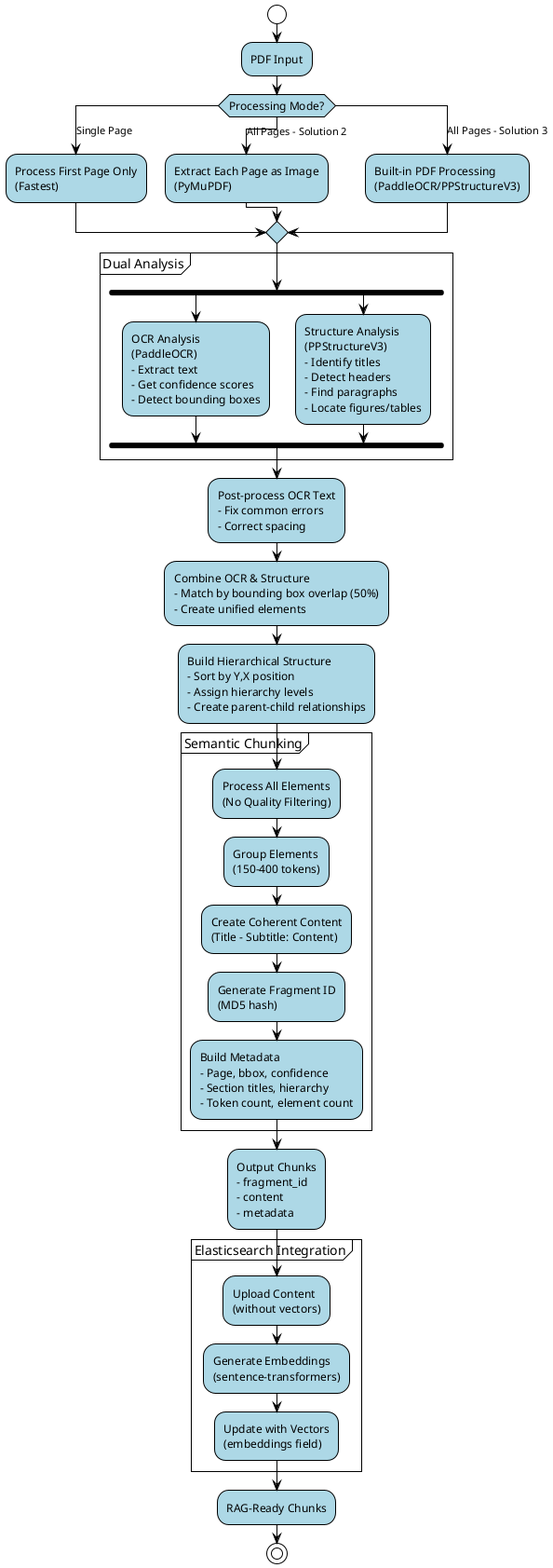
devulogi/customocr keeps this PlantUML diagram as diagrams/Enhanced Document Processor Activity Diagram.png. Above is the earlier version.
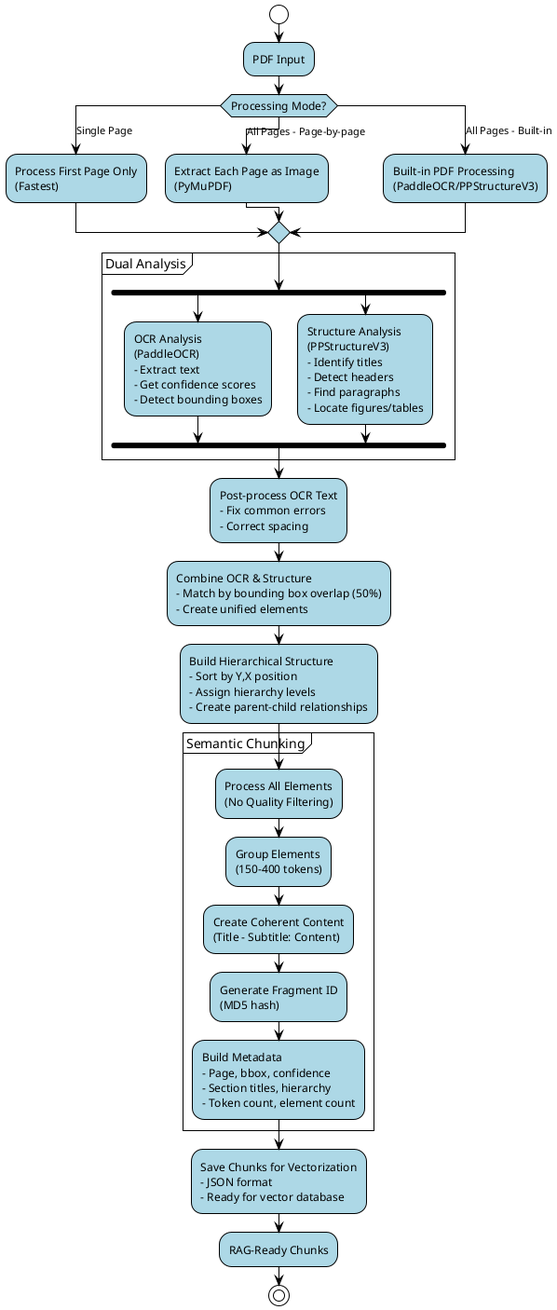
After the change.

Commit message:
docs: update diagrams to reflect final streamlined processing

Change to the diagram source:
```diff
@@ -17,9 +17,9 @@
 switch (Processing Mode?)
 case (Single Page)
     :Process First Page Only\n(Fastest);
-case (All Pages - Solution 2)
+case (All Pages - Page-by-page)
     :Extract Each Page as Image\n(PyMuPDF);
-case (All Pages - Solution 3)
+case (All Pages - Built-in)
     :Built-in PDF Processing\n(PaddleOCR/PPStructureV3);
 endswitch
 
@@ -45,13 +45,7 @@
     :Build Metadata\n- Page, bbox, confidence\n- Section titles, hierarchy\n- Token count, element count;
 }
 
-:Output Chunks\n- fragment_id\n- content\n- metadata;
-
-partition "Elasticsearch Integration" {
-    :Upload Content\n(without vectors);
-    :Generate Embeddings\n(sentence-transformers);
-    :Update with Vectors\n(embeddings field);
-}
+:Save Chunks for Vectorization\n- JSON format\n- Ready for vector database;
 
 :RAG-Ready Chunks;
 
```
